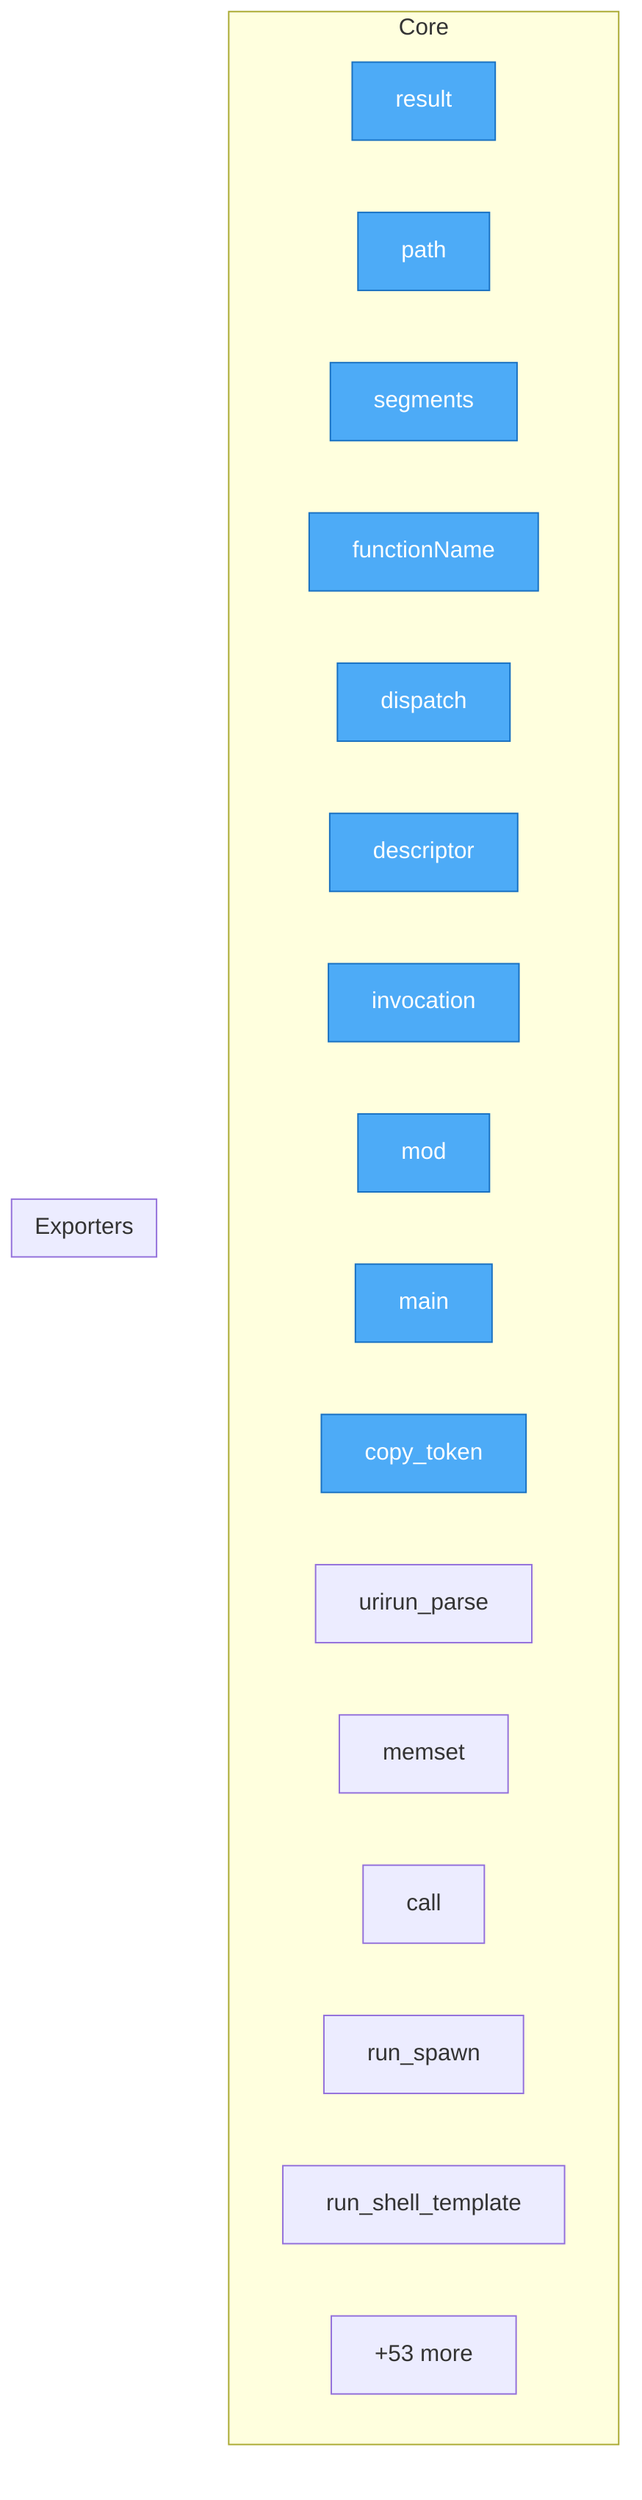
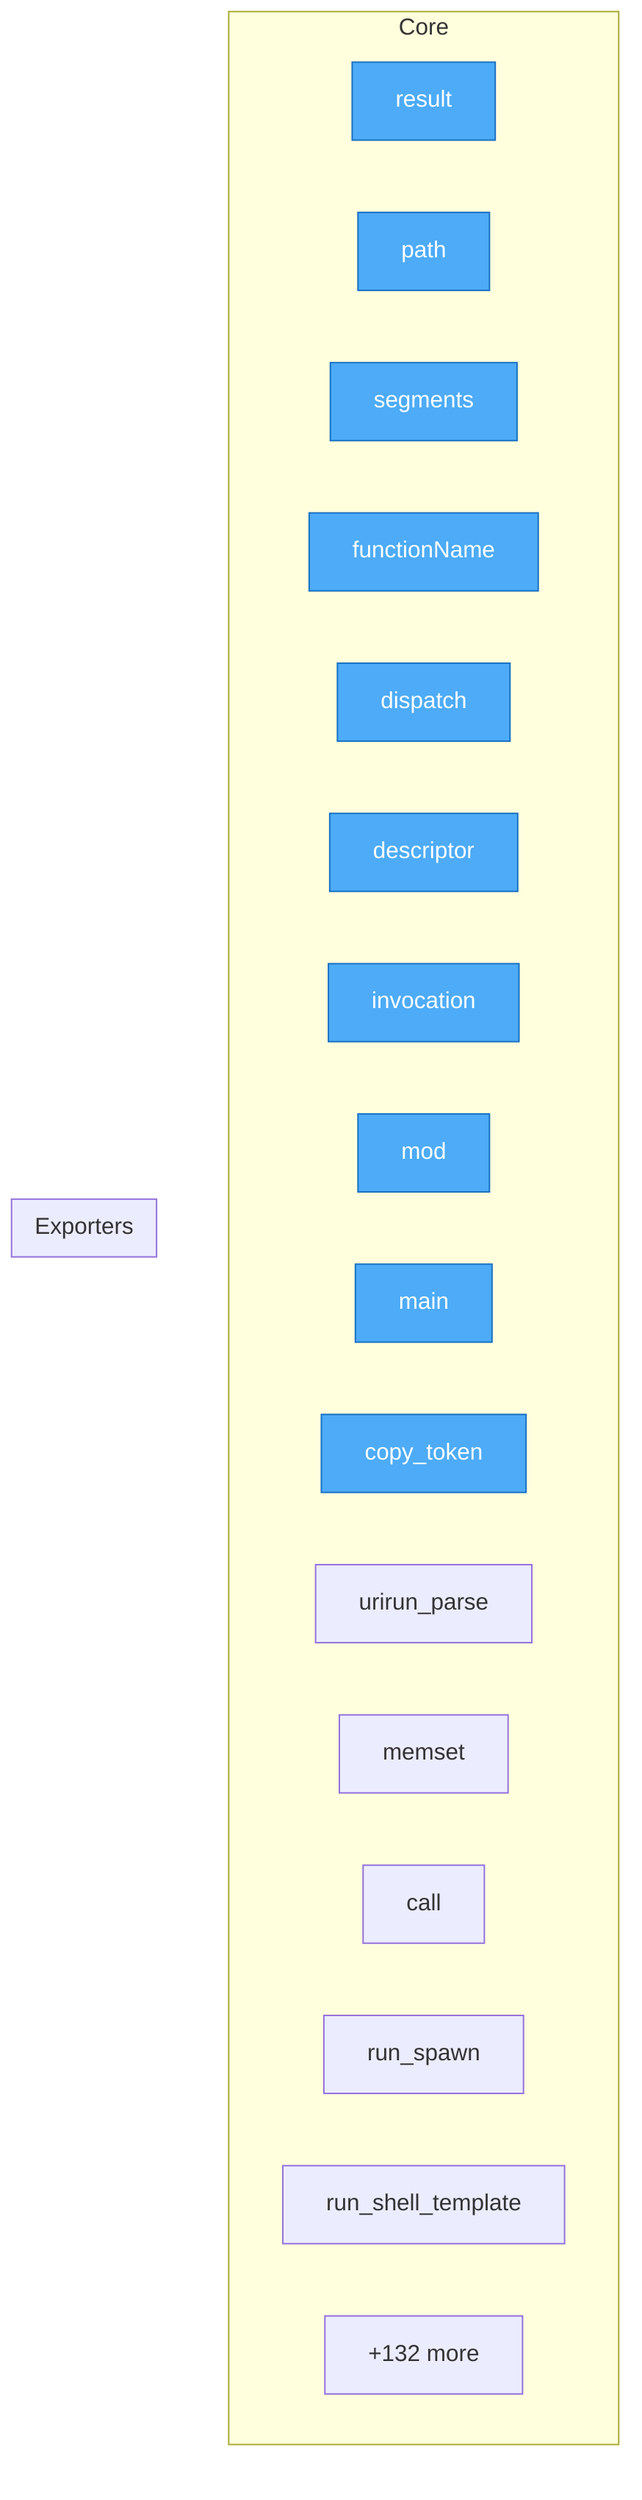
flowchart TD
%% generated in 0.01s

    %% Entry points (blue)
    classDef entry fill:#4dabf7,stroke:#1971c2,color:#fff

    subgraph Core
        adapters__js__index__test__result["result"]
        adapters__js__path["path"]
        adapters__js__segments["segments"]
        adapters__js__functionName["functionName"]
        adapters__js__dispatch["dispatch"]
        adapters__js__descriptor["descriptor"]
        adapters__js__invocation["invocation"]
        adapters__js__mod["mod"]
        adapters__c__urirun_test__main["main"]
        adapters__c__urirun__copy_token["copy_token"]
        adapters__c__urirun__urirun_parse["urirun_parse"]
        adapters__c__urirun__memset["memset"]
        adapters__python__urirun__v2_service__call["call"]
        adapters__python__urirun__v1__run_spawn["run_spawn"]
        adapters__python__urirun__v1__run_shell_template["run_shell_template"]
-         ...["+53 more"]
+         ...["+132 more"]
    end

    subgraph Exporters
    end

    class adapters__js__index__test__result,adapters__js__path,adapters__js__segments,adapters__js__functionName,adapters__js__dispatch,adapters__js__descriptor,adapters__js__invocation,adapters__js__mod,adapters__c__urirun_test__main,adapters__c__urirun__copy_token entry
